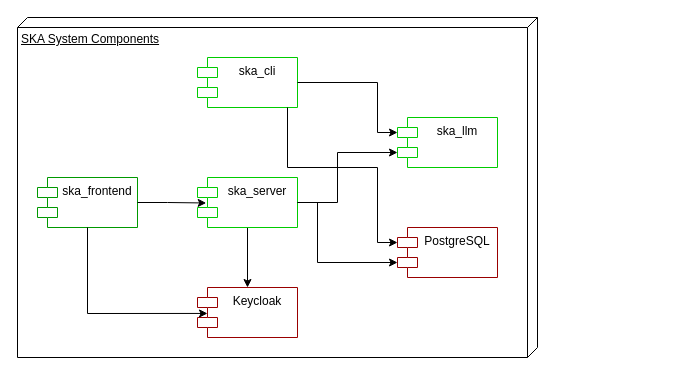
Before: docs/specific-knowledge-assistant/component.drawio in ThanosApostolou/thapo-ska, a draw.io diagram. Source tidied: cells renumbered, new cells numbered last; positions are measured from the earlier drawing's top-left corner, leaving out a move shared by most shapes. Both pictures are drawn from the tidied source at 100%, with x=0, y=0 at pixel (17, 17).
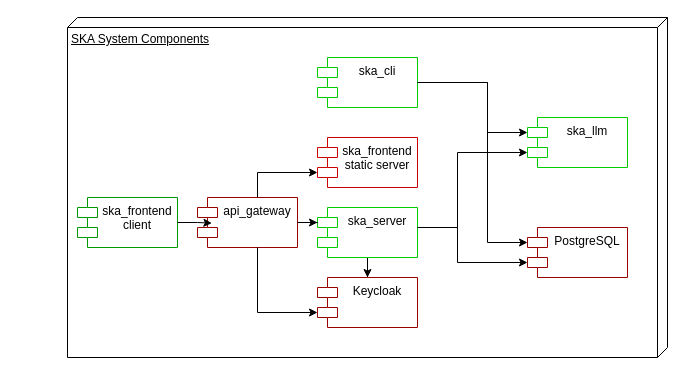
The same page after the edit.

Diff of the diagram source:
```diff
@@
     <mxCell id="2" value="SKA System Components" style="verticalAlign=top;align=left;spacingTop=8;spacingLeft=2;spacingRight=12;shape=cube;size=10;direction=south;fontStyle=4;html=1;whiteSpace=wrap;" parent="1" vertex="1">
-      <mxGeometry width="520" height="340" as="geometry" />
+      <mxGeometry x="50" width="600" height="340" as="geometry" />
     </mxCell>
     <mxCell id="3" value="ska_cli" style="shape=module;align=left;spacingLeft=20;align=center;verticalAlign=top;whiteSpace=wrap;html=1;strokeColor=#00CC00;" parent="1" vertex="1">
-      <mxGeometry x="180" y="40" width="100" height="50" as="geometry" />
+      <mxGeometry x="300" y="40" width="100" height="50" as="geometry" />
     </mxCell>
@@
     <mxCell id="5" value="ska_server" style="shape=module;align=left;spacingLeft=20;align=center;verticalAlign=top;whiteSpace=wrap;html=1;strokeColor=#00CC00;" parent="1" vertex="1">
-      <mxGeometry x="180" y="160" width="100" height="50" as="geometry" />
+      <mxGeometry x="300" y="190" width="100" height="50" as="geometry" />
     </mxCell>
-    <mxCell id="6" value="ska_frontend" style="shape=module;align=left;spacingLeft=20;align=center;verticalAlign=top;whiteSpace=wrap;html=1;strokeColor=#009900;" parent="1" vertex="1">
-      <mxGeometry x="20" y="160" width="100" height="50" as="geometry" />
+    <mxCell id="6" value="ska_frontend static server" style="shape=module;align=left;spacingLeft=20;align=center;verticalAlign=top;whiteSpace=wrap;html=1;strokeColor=#CC0000;" parent="1" vertex="1">
+      <mxGeometry x="300" y="120" width="100" height="50" as="geometry" />
     </mxCell>
     <mxCell id="7" value="Keycloak" style="shape=module;align=left;spacingLeft=20;align=center;verticalAlign=top;whiteSpace=wrap;html=1;strokeColor=#990000;" parent="1" vertex="1">
-      <mxGeometry x="180" y="270" width="100" height="50" as="geometry" />
+      <mxGeometry x="300" y="260" width="100" height="50" as="geometry" />
     </mxCell>
     <mxCell id="8" value="ska_llm" style="shape=module;align=left;spacingLeft=20;align=center;verticalAlign=top;whiteSpace=wrap;html=1;strokeColor=#00CC00;" parent="1" vertex="1">
-      <mxGeometry x="380" y="100" width="100" height="50" as="geometry" />
+      <mxGeometry x="510" y="100" width="100" height="50" as="geometry" />
     </mxCell>
     <mxCell id="9" value="PostgreSQL" style="shape=module;align=left;spacingLeft=20;align=center;verticalAlign=top;whiteSpace=wrap;html=1;strokeColor=#990000;" parent="1" vertex="1">
-      <mxGeometry x="380" y="210" width="100" height="50" as="geometry" />
+      <mxGeometry x="510" y="210" width="100" height="50" as="geometry" />
     </mxCell>
-    <mxCell id="10" style="edgeStyle=orthogonalEdgeStyle;rounded=0;jettySize=auto;html=1;exitX=1;exitY=0.5;exitDx=0;exitDy=0;entryX=0.087;entryY=0.51;entryDx=0;entryDy=0;entryPerimeter=0;startArrow=none;startFill=0;" parent="1" edge="1" source="6" target="5">
-      <mxGeometry relative="1" as="geometry" />
-    </mxCell>
-    <mxCell id="11" style="edgeStyle=orthogonalEdgeStyle;rounded=0;jettySize=auto;html=1;entryX=0.1;entryY=0.519;entryDx=0;entryDy=0;entryPerimeter=0;startArrow=none;startFill=0;" parent="1" edge="1" source="6" target="7">
-      <mxGeometry relative="1" as="geometry">
-        <Array as="points">
-          <mxPoint x="70" y="296" />
-        </Array>
-      </mxGeometry>
-    </mxCell>
     <mxCell id="12" style="edgeStyle=orthogonalEdgeStyle;rounded=0;jettySize=auto;html=1;entryX=0;entryY=0;entryDx=0;entryDy=35;entryPerimeter=0;" parent="1" edge="1" source="5" target="8">
       <mxGeometry relative="1" as="geometry">
         <Array as="points">
-          <mxPoint x="320" y="185" />
-          <mxPoint x="320" y="135" />
+          <mxPoint x="440" y="210" />
+          <mxPoint x="440" y="135" />
         </Array>
       </mxGeometry>
     </mxCell>
     <mxCell id="13" style="edgeStyle=orthogonalEdgeStyle;rounded=0;jettySize=auto;html=1;entryX=0;entryY=0;entryDx=0;entryDy=15;entryPerimeter=0;" parent="1" edge="1" source="3" target="8">
       <mxGeometry relative="1" as="geometry">
         <Array as="points">
-          <mxPoint x="360" y="65" />
-          <mxPoint x="360" y="115" />
+          <mxPoint x="470" y="65" />
+          <mxPoint x="470" y="115" />
         </Array>
       </mxGeometry>
     </mxCell>
     <mxCell id="14" style="edgeStyle=orthogonalEdgeStyle;rounded=0;jettySize=auto;html=1;entryX=0;entryY=0;entryDx=0;entryDy=15;entryPerimeter=0;" parent="1" edge="1" source="3" target="9">
       <mxGeometry relative="1" as="geometry">
         <Array as="points">
-          <mxPoint x="270" y="150" />
-          <mxPoint x="360" y="150" />
-          <mxPoint x="360" y="225" />
+          <mxPoint x="470" y="65" />
+          <mxPoint x="470" y="225" />
         </Array>
       </mxGeometry>
     </mxCell>
     <mxCell id="15" style="edgeStyle=orthogonalEdgeStyle;rounded=0;jettySize=auto;html=1;entryX=0;entryY=0;entryDx=0;entryDy=35;entryPerimeter=0;" parent="1" edge="1" source="5" target="9">
       <mxGeometry relative="1" as="geometry">
         <Array as="points">
-          <mxPoint x="300" y="185" />
-          <mxPoint x="300" y="245" />
+          <mxPoint x="440" y="210" />
+          <mxPoint x="440" y="245" />
         </Array>
       </mxGeometry>
     </mxCell>
+    <mxCell id="16" value="api_gateway&lt;div&gt;&lt;br&gt;&lt;/div&gt;" style="shape=module;align=left;spacingLeft=20;align=center;verticalAlign=top;whiteSpace=wrap;html=1;strokeColor=#990000;" parent="1" vertex="1">
+      <mxGeometry x="180" y="180" width="100" height="50" as="geometry" />
+    </mxCell>
+    <mxCell id="17" style="edgeStyle=orthogonalEdgeStyle;rounded=0;jettySize=auto;html=1;entryX=0;entryY=0;entryDx=0;entryDy=15;entryPerimeter=0;" parent="1" edge="1" source="16" target="5">
+      <mxGeometry relative="1" as="geometry" />
+    </mxCell>
+    <mxCell id="18" style="edgeStyle=orthogonalEdgeStyle;rounded=0;jettySize=auto;html=1;entryX=0;entryY=0;entryDx=0;entryDy=35;entryPerimeter=0;" parent="1" edge="1" source="16" target="6">
+      <mxGeometry relative="1" as="geometry">
+        <Array as="points">
+          <mxPoint x="240" y="155" />
+        </Array>
+      </mxGeometry>
+    </mxCell>
+    <mxCell id="19" style="edgeStyle=orthogonalEdgeStyle;rounded=0;jettySize=auto;html=1;entryX=0;entryY=0;entryDx=0;entryDy=35;entryPerimeter=0;" parent="1" edge="1" source="16" target="7">
+      <mxGeometry relative="1" as="geometry">
+        <Array as="points">
+          <mxPoint x="240" y="295" />
+        </Array>
+      </mxGeometry>
+    </mxCell>
+    <mxCell id="20" value="ska_frontend client" style="shape=module;align=left;spacingLeft=20;align=center;verticalAlign=top;whiteSpace=wrap;html=1;strokeColor=#009900;" parent="1" vertex="1">
+      <mxGeometry x="60" y="180" width="100" height="50" as="geometry" />
+    </mxCell>
+    <mxCell id="21" style="edgeStyle=orthogonalEdgeStyle;rounded=0;jettySize=auto;html=1;entryX=0.144;entryY=0.513;entryDx=0;entryDy=0;entryPerimeter=0;startArrow=none;startFill=0;" parent="1" edge="1" source="20" target="16">
+      <mxGeometry relative="1" as="geometry" />
+    </mxCell>
```
